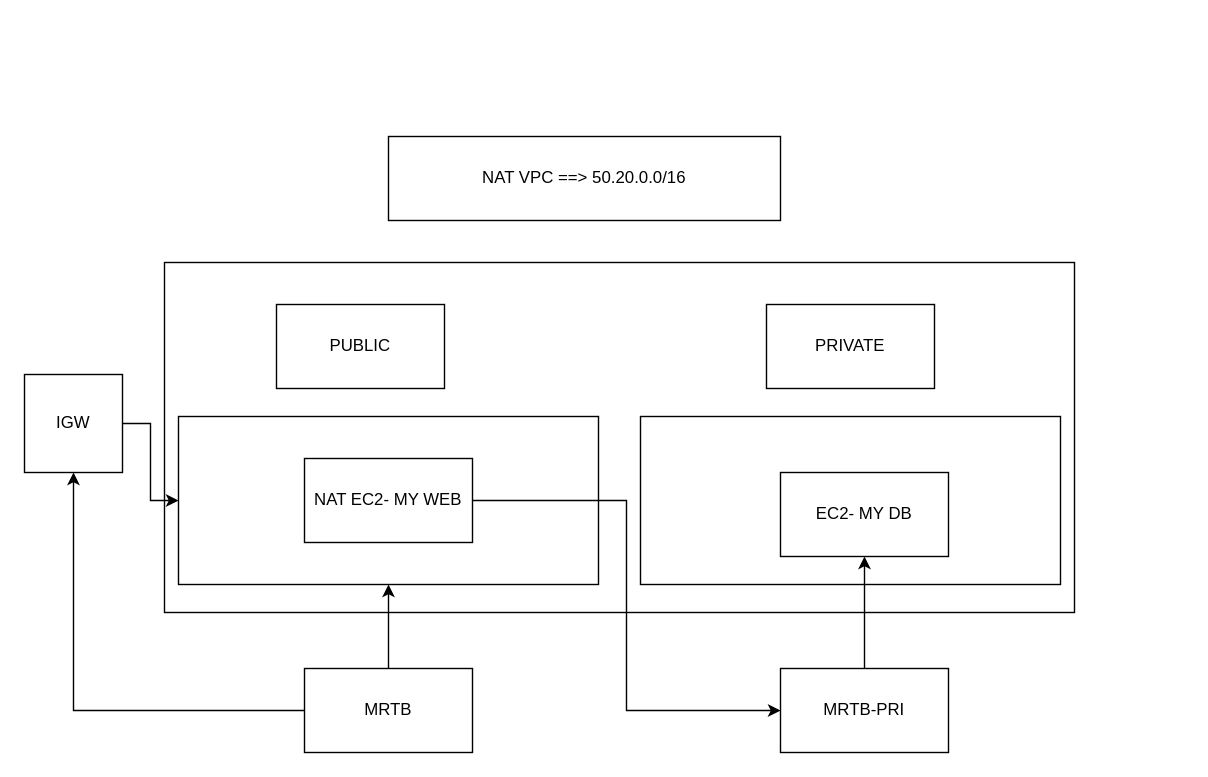
Before: NAT_gateways.drawio in vskumar9/UML-Diagrams, a draw.io diagram. Source tidied: cells renumbered, new cells numbered last; positions are measured from the earlier drawing's top-left corner, leaving out a move shared by most shapes. Both pictures are drawn from the tidied source at 140%, with x=0, y=0 at pixel (24, 136).
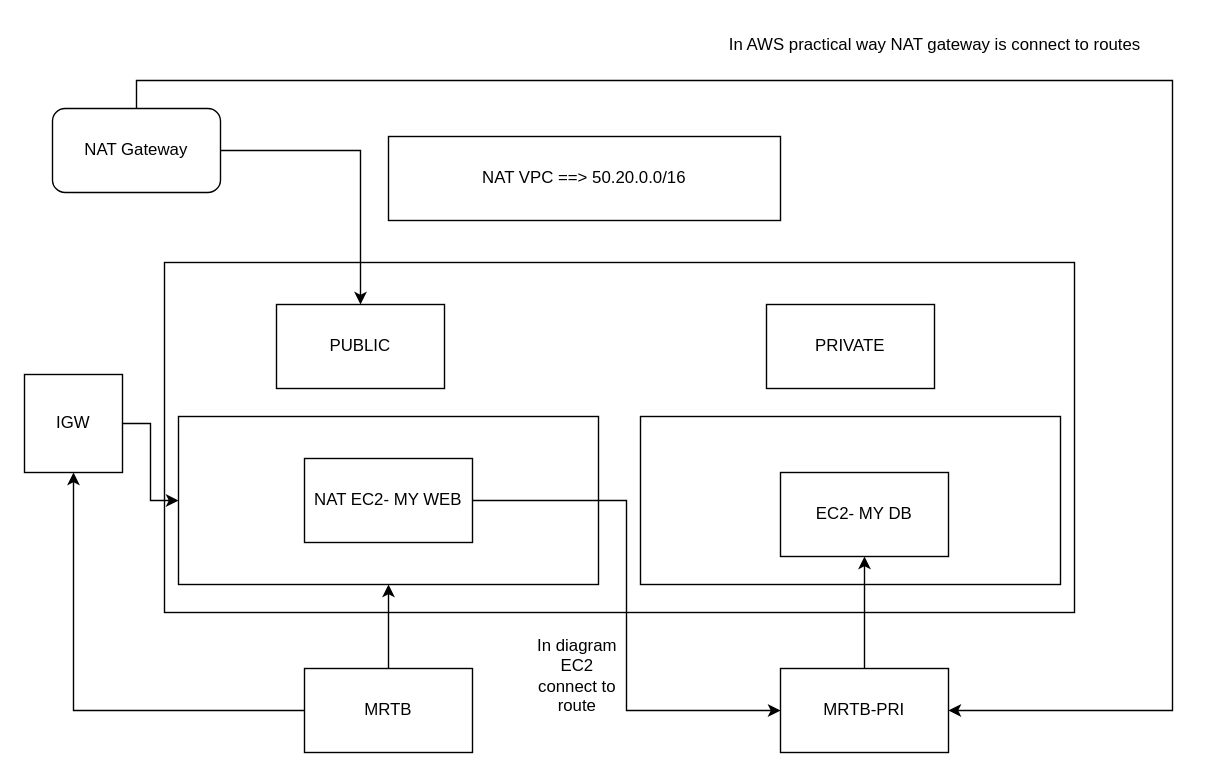
The same page after the edit.

Unchanged cells that the change refers to:
```xml
<mxCell id="4" value="PUBLIC" style="rounded=0;whiteSpace=wrap;html=1;" parent="1" vertex="1">
  <mxGeometry x="180" y="120" width="120" height="60" as="geometry" />
</mxCell>
<mxCell id="14" value="MRTB-PRI" style="rounded=0;whiteSpace=wrap;html=1;" parent="1" vertex="1">
  <mxGeometry x="540" y="380" width="120" height="60" as="geometry" />
</mxCell>
```

Diff of the diagram source:
```diff
@@
+    <mxCell id="18" style="edgeStyle=orthogonalEdgeStyle;rounded=0;jettySize=auto;html=1;" parent="1" edge="1" source="20" target="4">
+      <mxGeometry relative="1" as="geometry" />
+    </mxCell>
+    <mxCell id="19" style="edgeStyle=orthogonalEdgeStyle;rounded=0;jettySize=auto;html=1;entryX=1;entryY=0.5;entryDx=0;entryDy=0;" parent="1" edge="1" source="20" target="14">
+      <mxGeometry relative="1" as="geometry">
+        <Array as="points">
+          <mxPoint x="80" y="-40" />
+          <mxPoint x="820" y="-40" />
+          <mxPoint x="820" y="410" />
+        </Array>
+      </mxGeometry>
+    </mxCell>
+    <mxCell id="20" value="NAT Gateway" style="rounded=1;whiteSpace=wrap;html=1;" parent="1" vertex="1">
+      <mxGeometry x="20" y="-20" width="120" height="60" as="geometry" />
+    </mxCell>
+    <mxCell id="21" value="In diagram EC2 connect to route" style="text;html=1;align=center;verticalAlign=middle;whiteSpace=wrap;rounded=0;" parent="1" vertex="1">
+      <mxGeometry x="365" y="370" width="60" height="30" as="geometry" />
+    </mxCell>
+    <mxCell id="22" value="In AWS practical way NAT gateway is connect to routes" style="text;html=1;align=center;verticalAlign=middle;strokeColor=none;fillColor=none;" parent="1" vertex="1">
+      <mxGeometry x="490" y="-80" width="320" height="30" as="geometry" />
+    </mxCell>
```
